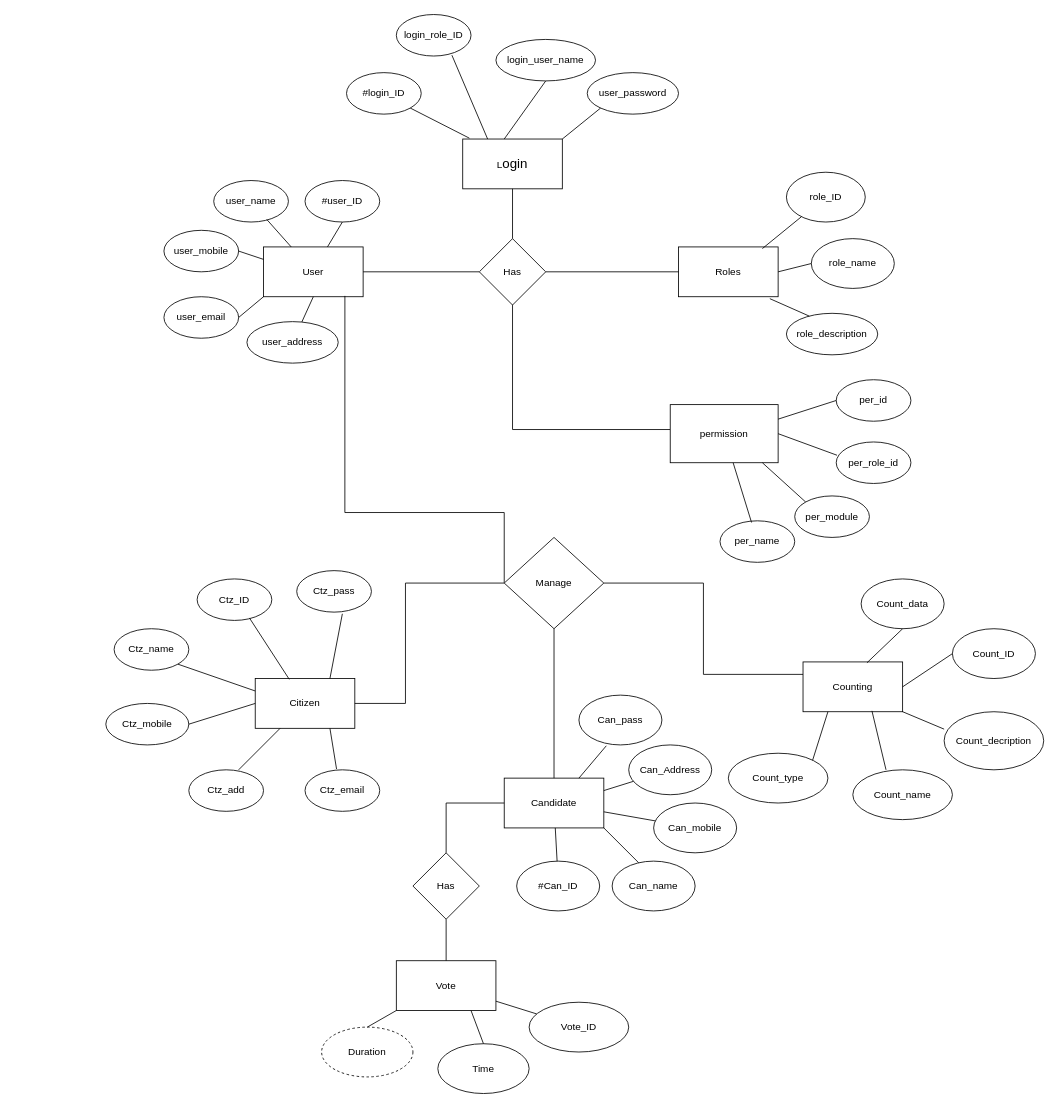
The draw.io diagram Untitled Diagram.drawio in Aagamratadia/Aagam, before the edit. Source tidied: cells renumbered, new cells numbered last; positions are measured from the earlier drawing's top-left corner, leaving out a move shared by most shapes. Both pictures are drawn from the tidied source at 83%, with x=0, y=0 at pixel (105, 14).
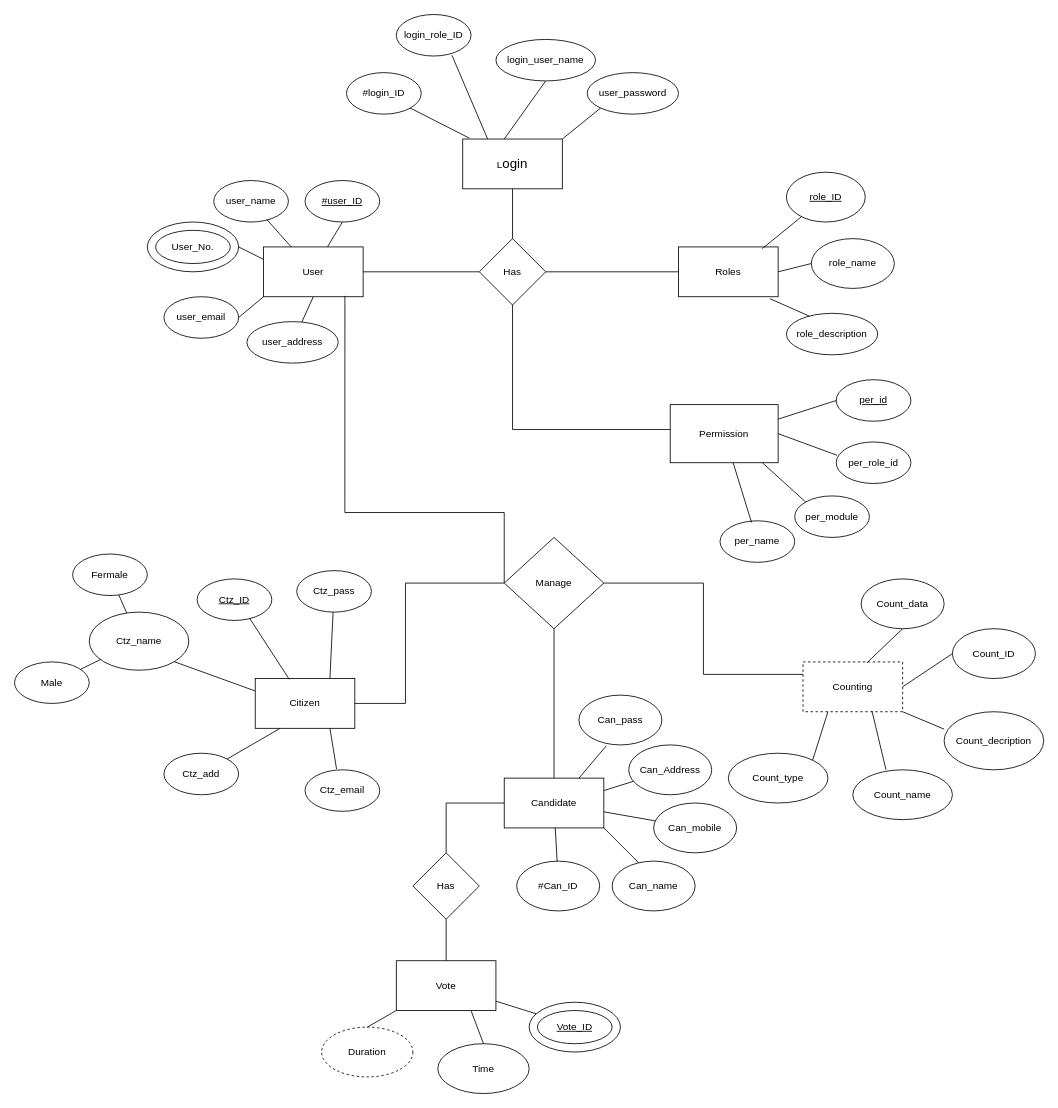
The same diagram, later.

The change refers to these unchanged cells:
```xml
<mxCell id="47" value="Citizen" style="rounded=0;whiteSpace=wrap;html=1;" parent="1" vertex="1">
  <mxGeometry x="180" y="800" width="120" height="60" as="geometry" />
</mxCell>
<mxCell id="51" value="Ctz_pass" style="ellipse;whiteSpace=wrap;html=1;" parent="1" vertex="1">
  <mxGeometry x="230" y="670" width="90" height="50" as="geometry" />
</mxCell>
<mxCell id="85" value="Vote" style="rounded=0;whiteSpace=wrap;html=1;" parent="1" vertex="1">
  <mxGeometry x="350" y="1140" width="120" height="60" as="geometry" />
</mxCell>
```

What changed in the source:
```diff
@@
-    <mxCell id="17" value="#user_ID" style="ellipse;whiteSpace=wrap;html=1;" parent="1" vertex="1">
+    <mxCell id="17" value="&lt;u&gt;#user_ID&lt;/u&gt;" style="ellipse;whiteSpace=wrap;html=1;" parent="1" vertex="1">
       <mxGeometry x="240" y="200" width="90" height="50" as="geometry" />
     </mxCell>
@@
-    <mxCell id="19" value="user_mobile" style="ellipse;whiteSpace=wrap;html=1;" parent="1" vertex="1">
-      <mxGeometry x="70" y="260" width="90" height="50" as="geometry" />
+    <mxCell id="19" style="ellipse;whiteSpace=wrap;html=1;" parent="1" vertex="1">
+      <mxGeometry x="50" y="250" width="110" height="60" as="geometry" />
     </mxCell>
@@
-    <mxCell id="27" value="role_ID" style="ellipse;whiteSpace=wrap;html=1;" parent="1" vertex="1">
+    <mxCell id="27" value="&lt;u&gt;role_ID&lt;/u&gt;" style="ellipse;whiteSpace=wrap;html=1;" parent="1" vertex="1">
       <mxGeometry x="820" y="190" width="95" height="60" as="geometry" />
     </mxCell>
@@
-    <mxCell id="34" value="permission" style="rounded=0;whiteSpace=wrap;html=1;" parent="1" vertex="1">
+    <mxCell id="34" value="Permission" style="rounded=0;whiteSpace=wrap;html=1;" parent="1" vertex="1">
       <mxGeometry x="680" y="470" width="130" height="70" as="geometry" />
     </mxCell>
-    <mxCell id="35" value="per_id" style="ellipse;whiteSpace=wrap;html=1;" parent="1" vertex="1">
+    <mxCell id="35" value="&lt;u&gt;per_id&lt;/u&gt;" style="ellipse;whiteSpace=wrap;html=1;" parent="1" vertex="1">
       <mxGeometry x="880" y="440" width="90" height="50" as="geometry" />
     </mxCell>
@@
-    <mxCell id="45" value="Counting" style="rounded=0;whiteSpace=wrap;html=1;" parent="1" vertex="1">
+    <mxCell id="45" value="Counting" style="rounded=0;whiteSpace=wrap;html=1;dashed=1;" parent="1" vertex="1">
       <mxGeometry x="840" y="780" width="120" height="60" as="geometry" />
     </mxCell>
@@
     <mxCell id="52" value="Ctz_name" style="ellipse;whiteSpace=wrap;html=1;" parent="1" vertex="1">
-      <mxGeometry x="10" y="740" width="90" height="50" as="geometry" />
+      <mxGeometry x="-20" y="720" width="120" height="70" as="geometry" />
     </mxCell>
-    <mxCell id="53" value="Ctz_mobile" style="ellipse;whiteSpace=wrap;html=1;" parent="1" vertex="1">
-      <mxGeometry y="830" width="100" height="50" as="geometry" />
-    </mxCell>
     <mxCell id="54" value="Ctz_add" style="ellipse;whiteSpace=wrap;html=1;" parent="1" vertex="1">
-      <mxGeometry x="100" y="910" width="90" height="50" as="geometry" />
+      <mxGeometry x="70" y="890" width="90" height="50" as="geometry" />
     </mxCell>
@@
-    <mxCell id="56" value="Ctz_ID" style="ellipse;whiteSpace=wrap;html=1;" parent="1" vertex="1">
+    <mxCell id="56" value="&lt;u&gt;Ctz_ID&lt;/u&gt;" style="ellipse;whiteSpace=wrap;html=1;" parent="1" vertex="1">
       <mxGeometry x="110" y="680" width="90" height="50" as="geometry" />
     </mxCell>
-    <mxCell id="57" style="endArrow=none;html=1;rounded=0;exitX=0.75;exitY=0;exitDx=0;exitDy=0;entryX=0.611;entryY=1.04;entryDx=0;entryDy=0;entryPerimeter=0;" parent="1" edge="1" source="47" target="51">
+    <mxCell id="57" style="endArrow=none;html=1;rounded=0;exitX=0.75;exitY=0;exitDx=0;exitDy=0;" parent="1" edge="1" source="47" target="51">
       <mxGeometry relative="1" as="geometry" />
     </mxCell>
@@
-    <mxCell id="60" style="endArrow=none;html=1;rounded=0;exitX=1;exitY=0.5;exitDx=0;exitDy=0;entryX=0;entryY=0.5;entryDx=0;entryDy=0;" parent="1" edge="1" source="53" target="47">
-      <mxGeometry relative="1" as="geometry" />
-    </mxCell>
-    <mxCell id="61" style="endArrow=none;html=1;rounded=0;" parent="1" edge="1">
+    <mxCell id="61" style="endArrow=none;html=1;rounded=0;" parent="1" edge="1" source="54">
       <mxGeometry relative="1" as="geometry">
-        <mxPoint x="160" y="910" as="sourcePoint" />
         <mxPoint x="210" y="860" as="targetPoint" />
       </mxGeometry>
     </mxCell>
@@
-    <mxCell id="87" value="Vote_ID" style="ellipse;whiteSpace=wrap;html=1;" parent="1" vertex="1">
-      <mxGeometry x="510" y="1190" width="120" height="60" as="geometry" />
-    </mxCell>
@@
-    <mxCell id="92" style="endArrow=none;html=1;rounded=0;" parent="1" edge="1" source="85" target="87">
-      <mxGeometry relative="1" as="geometry" />
+    <mxCell id="92" style="endArrow=none;html=1;rounded=0;" parent="1" edge="1" source="85">
+      <mxGeometry relative="1" as="geometry">
+        <mxPoint x="519.1" y="1204.1" as="targetPoint" />
+      </mxGeometry>
     </mxCell>
+    <mxCell id="93" value="User_No." style="ellipse;whiteSpace=wrap;html=1;" parent="1" vertex="1">
+      <mxGeometry x="60" y="260" width="90" height="40" as="geometry" />
+    </mxCell>
+    <mxCell id="94" value="Fermale" style="ellipse;whiteSpace=wrap;html=1;" parent="1" vertex="1">
+      <mxGeometry x="-40" y="650" width="90" height="50" as="geometry" />
+    </mxCell>
+    <mxCell id="95" value="Male" style="ellipse;whiteSpace=wrap;html=1;" parent="1" vertex="1">
+      <mxGeometry x="-110" y="780" width="90" height="50" as="geometry" />
+    </mxCell>
+    <mxCell id="96" style="endArrow=none;html=1;rounded=0;" parent="1" edge="1" source="95" target="52">
+      <mxGeometry relative="1" as="geometry" />
+    </mxCell>
+    <mxCell id="97" style="endArrow=none;html=1;rounded=0;" parent="1" edge="1" source="52" target="94">
+      <mxGeometry relative="1" as="geometry" />
+    </mxCell>
+    <mxCell id="98" style="ellipse;whiteSpace=wrap;html=1;" parent="1" vertex="1">
+      <mxGeometry x="510" y="1190" width="110" height="60" as="geometry" />
+    </mxCell>
+    <mxCell id="87" value="&lt;u&gt;Vote_ID&lt;/u&gt;" style="ellipse;whiteSpace=wrap;html=1;" parent="1" vertex="1">
+      <mxGeometry x="520" y="1200" width="90" height="40" as="geometry" />
+    </mxCell>
```
